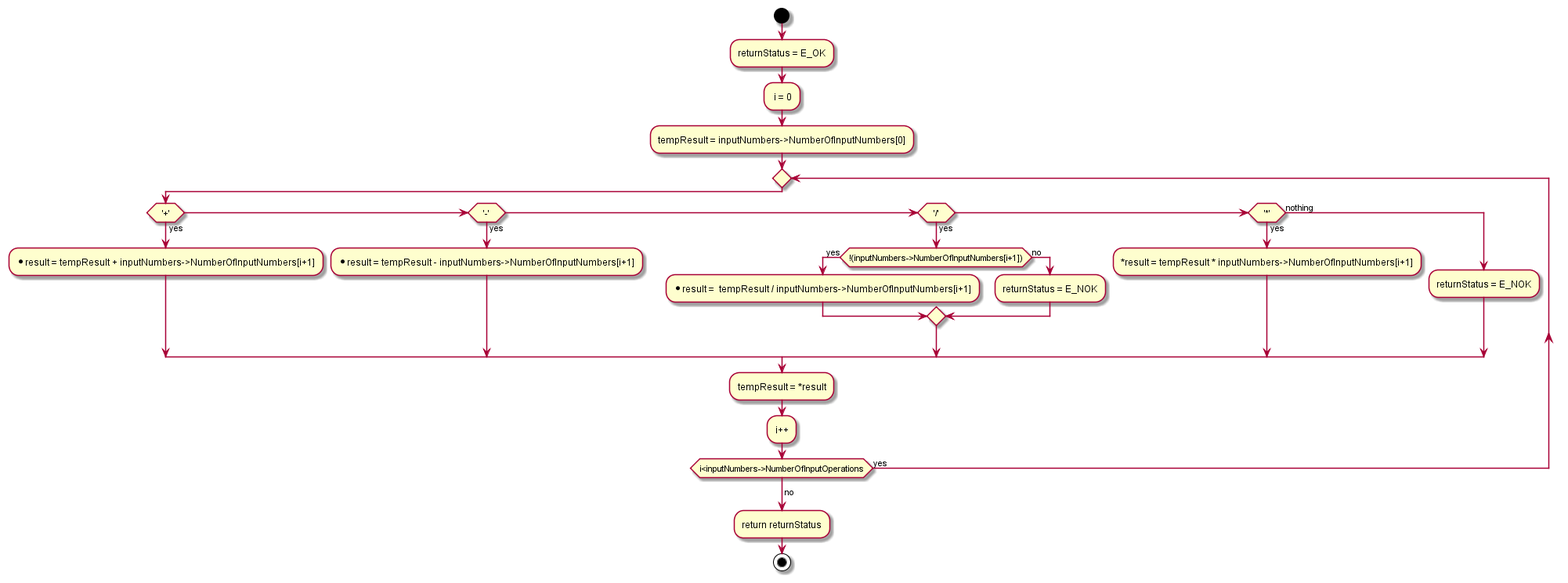
This is SWE/Software Specification/Architecture/CDD/PO1_CDD_DGC_Math_Calc/inline_umlgraph_2.png from abdoo5xp/Sovy---Digital-Calculator-PO1_DGC, a PlantUML export, as it was before one commit. Source of this version:
```plantuml
@startuml inline_umlgraph_2.png
start
:returnStatus = E_OK;
: i = 0;
:tempResult = inputNumbers->NumberOfInputNumbers[0];
repeat
  if ('+') then (yes)
  :*result = tempResult + inputNumbers->NumberOfInputNumbers[i+1];
elseif ('-') then (yes)
  :*result = tempResult - inputNumbers->NumberOfInputNumbers[i+1];
elseif ('/') then (yes)
  if (!(inputNumbers->NumberOfInputNumbers[i+1])) then (yes)
  :*result =  tempResult / inputNumbers->NumberOfInputNumbers[i+1];
else (no)
  :returnStatus = E_NOK;
endif
elseif ('*') then (yes)
  :*result = tempResult * inputNumbers->NumberOfInputNumbers[i+1];
else (nothing)
  :returnStatus = E_NOK;
endif
:tempResult = *result;
:i++;
repeat while (i<inputNumbers->NumberOfInputOperations) is (yes)
->no;
:return returnStatus;
stop
@enduml
```
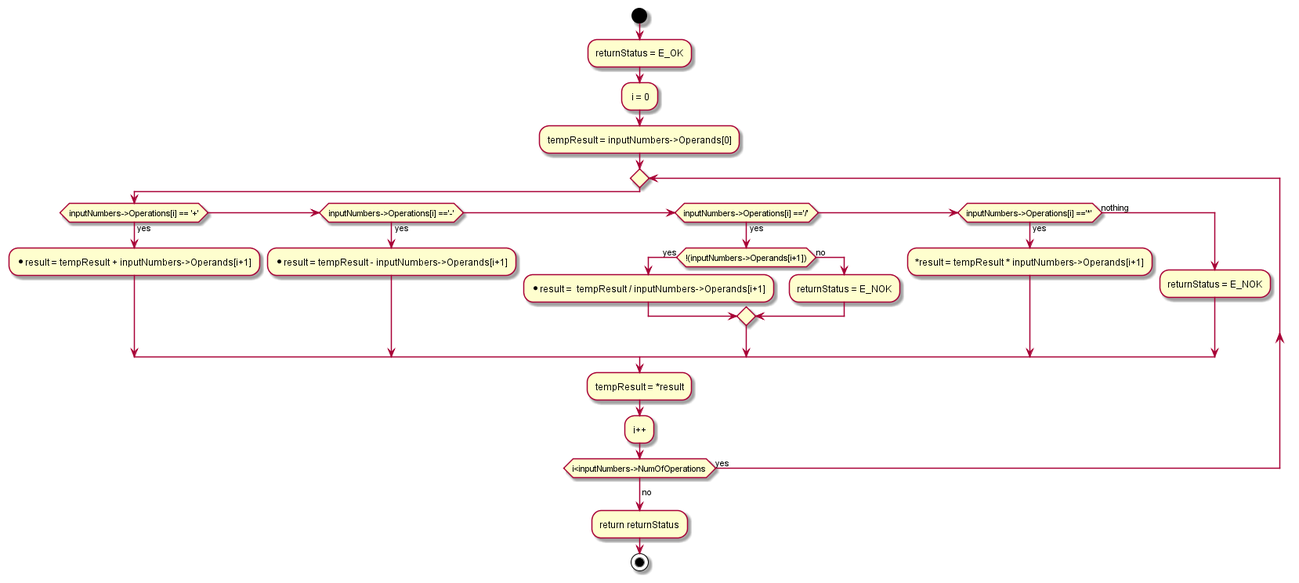
Later version of the same file.

The edit, as a diff of the source:
```diff
@@ -2,26 +2,26 @@
 start
 :returnStatus = E_OK;
 : i = 0;
-:tempResult = inputNumbers->NumberOfInputNumbers[0];
+:tempResult = inputNumbers->Operands[0];
 repeat
-  if ('+') then (yes)
-  :*result = tempResult + inputNumbers->NumberOfInputNumbers[i+1];
-elseif ('-') then (yes)
-  :*result = tempResult - inputNumbers->NumberOfInputNumbers[i+1];
-elseif ('/') then (yes)
-  if (!(inputNumbers->NumberOfInputNumbers[i+1])) then (yes)
-  :*result =  tempResult / inputNumbers->NumberOfInputNumbers[i+1];
+  if (inputNumbers->Operations[i] == '+') then (yes)
+  :*result = tempResult + inputNumbers->Operands[i+1];
+elseif (inputNumbers->Operations[i] =='-') then (yes)
+  :*result = tempResult - inputNumbers->Operands[i+1];
+elseif (inputNumbers->Operations[i] =='/') then (yes)
+  if (!(inputNumbers->Operands[i+1])) then (yes)
+  :*result =  tempResult / inputNumbers->Operands[i+1];
 else (no)
   :returnStatus = E_NOK;
 endif
-elseif ('*') then (yes)
-  :*result = tempResult * inputNumbers->NumberOfInputNumbers[i+1];
+elseif (inputNumbers->Operations[i] =='*') then (yes)
+  :*result = tempResult * inputNumbers->Operands[i+1];
 else (nothing)
   :returnStatus = E_NOK;
 endif
 :tempResult = *result;
 :i++;
-repeat while (i<inputNumbers->NumberOfInputOperations) is (yes)
+repeat while (i<inputNumbers->NumOfOperations) is (yes)
 ->no;
 :return returnStatus;
 stop
```
